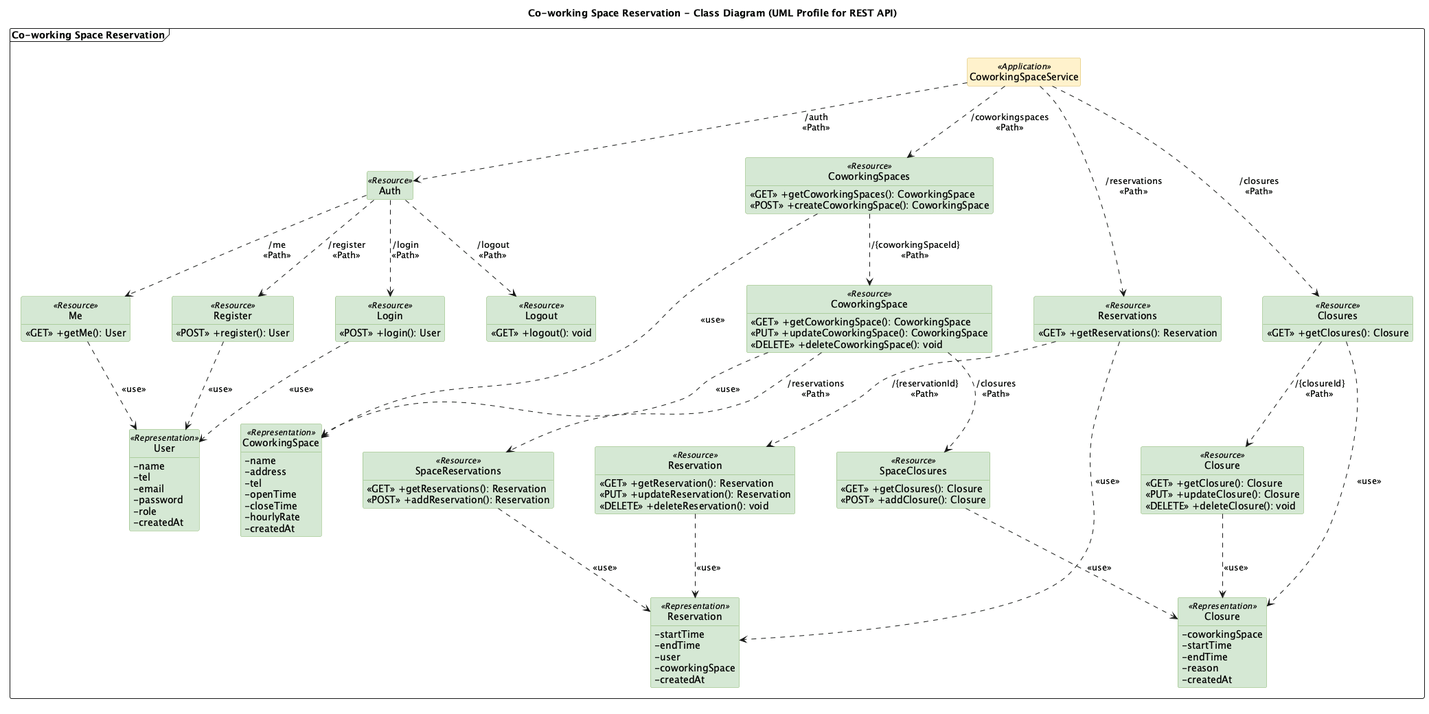
Before: docs/diagrams/png/class.png, a diagram exported from PlantUML (TonBoonchai/Co-working-Space-Reservation).
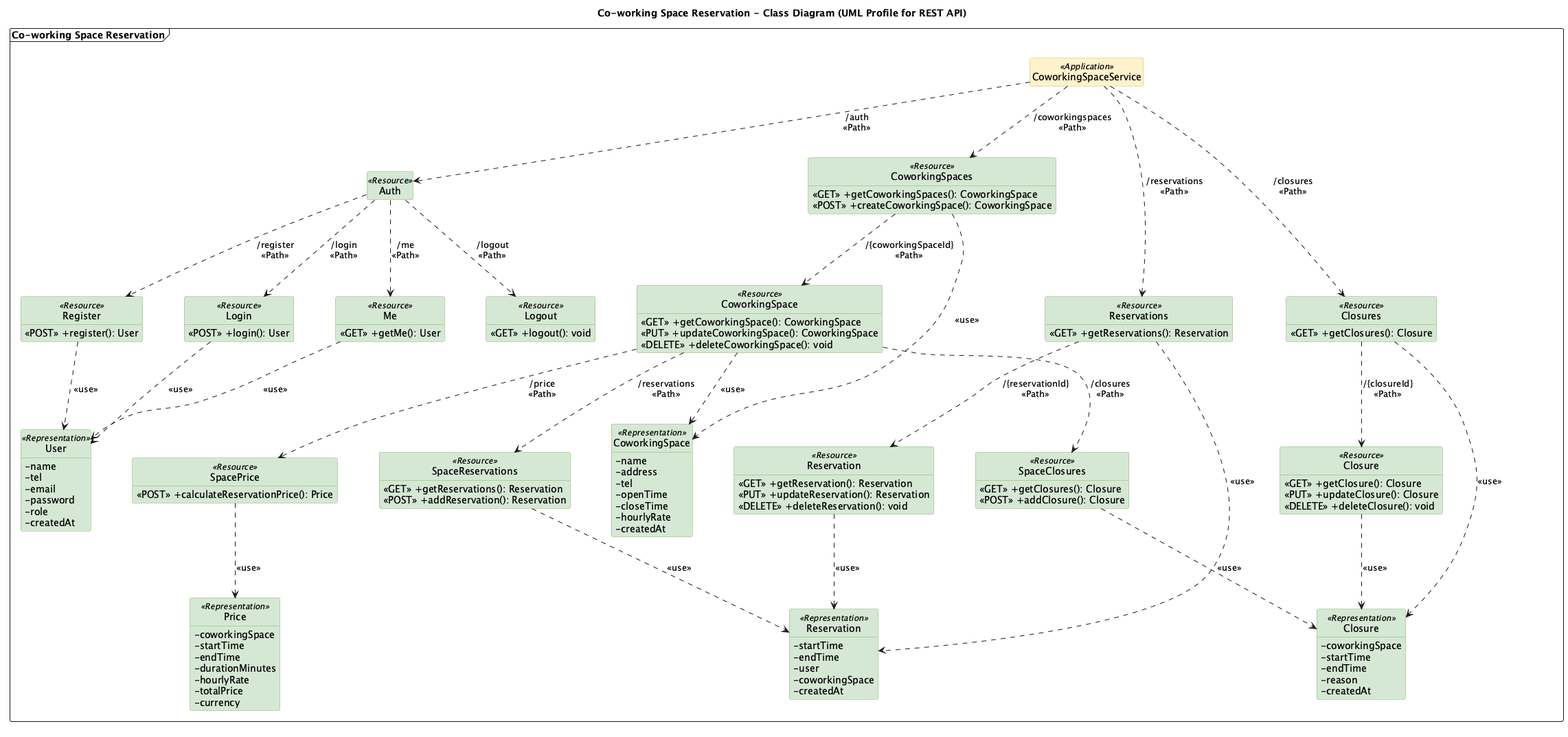
The same diagram one commit later.

Commit message:
docs: document the reservation price calculation

What changed in the source:
```diff
@@ -46,6 +46,9 @@
     <<GET>> +getReservations(): Reservation
     <<POST>> +addReservation(): Reservation
   }
+  class "SpacePrice" as SpacePrice <<Resource>> {
+    <<POST>> +calculateReservationPrice(): Price
+  }
   class "SpaceClosures" as SpaceClosures <<Resource>> {
     <<GET>> +getClosures(): Closure
     <<POST>> +addClosure(): Closure
@@ -93,6 +96,15 @@
     -coworkingSpace
     -createdAt
   }
+  class "Price" as PriceRep <<Representation>> {
+    -coworkingSpace
+    -startTime
+    -endTime
+    -durationMinutes
+    -hourlyRate
+    -totalPrice
+    -currency
+  }
   class "Closure" as ClosureRep <<Representation>> {
     -coworkingSpace
     -startTime
@@ -111,6 +123,7 @@
   Spaces ..> Space : "/{coworkingSpaceId}\n<<Path>>"
   Space ..> SpaceResvs : "/reservations\n<<Path>>"
   Space ..> SpaceClosures : "/closures\n<<Path>>"
+  Space ..> SpacePrice : "/price\n<<Path>>"
 
   App ..> Resvs : "/reservations\n<<Path>>"
   Resvs ..> Resv : "/{reservationId}\n<<Path>>"
@@ -127,6 +140,7 @@
   Resvs ..> ResvRep : <<use>>
   Resv ..> ResvRep : <<use>>
   SpaceClosures ..> ClosureRep : <<use>>
+  SpacePrice ..> PriceRep : <<use>>
   Closures ..> ClosureRep : <<use>>
   Closure ..> ClosureRep : <<use>>
 }
```
